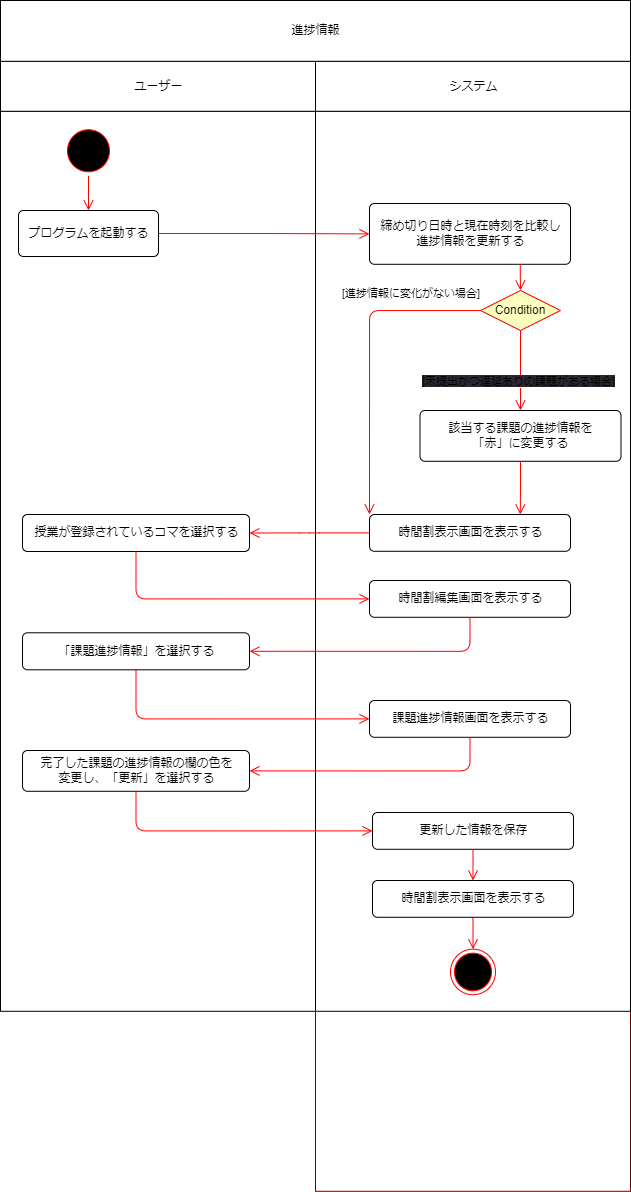
Above: 振る舞い図/アクティビティ図/アクティビティ図＿進捗情報.drawio.png in masaki1234567/psp4 (draw.io), before the change. Source tidied: cells renumbered, new cells last; positions are measured from the earlier drawing's top-left corner, leaving out a move shared by most shapes.
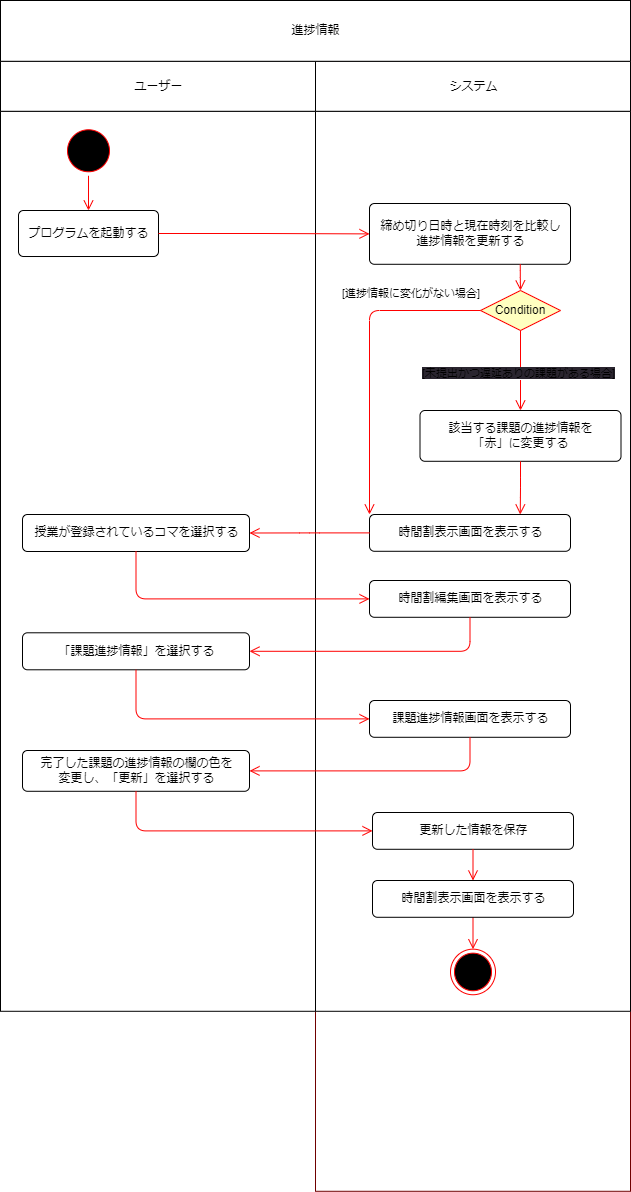
The same file after the commit.

The edit, as a diff of the source:
```diff
@@ -65,8 +65,8 @@
     <mxCell id="22" value="該当する課題の進捗情報を&lt;br&gt;「赤」に変更する" style="html=1;align=center;verticalAlign=middle;rounded=1;absoluteArcSize=1;arcSize=10;dashed=0;" parent="14" vertex="1">
       <mxGeometry x="104.5" y="349.2" width="201" height="50.8" as="geometry" />
     </mxCell>
-    <mxCell id="23" value="&lt;span style=&quot;text-align: center; background-color: rgb(42, 37, 47);&quot;&gt;[未提出かつ遅延ありの課題がある場合]&lt;/span&gt;" style="edgeStyle=orthogonalEdgeStyle;html=1;align=left;verticalAlign=bottom;endArrow=open;endSize=8;strokeColor=#ff0000;entryX=0.5;entryY=0;entryDx=0;entryDy=0;" parent="14" edge="1" source="20" target="22">
-      <mxGeometry x="0.5" y="-100" relative="1" as="geometry" />
+    <mxCell id="23" value="&lt;span style=&quot;text-align: center; background-color: rgb(42, 37, 47);&quot;&gt;[未提出かつ遅延ありの課題がある場合]&lt;/span&gt;" style="edgeStyle=orthogonalEdgeStyle;html=1;align=left;verticalAlign=top;endArrow=open;endSize=8;strokeColor=#ff0000;entryX=0.5;entryY=0;entryDx=0;entryDy=0;" parent="14" edge="1" source="20" target="22">
+      <mxGeometry x="-0.25" y="-100" relative="1" as="geometry" />
     </mxCell>
     <mxCell id="24" value="時間割表示画面を表示する" style="html=1;align=center;verticalAlign=middle;rounded=1;absoluteArcSize=1;arcSize=10;dashed=0;" parent="14" vertex="1">
       <mxGeometry x="54" y="453.2" width="201" height="36.8" as="geometry" />
```
